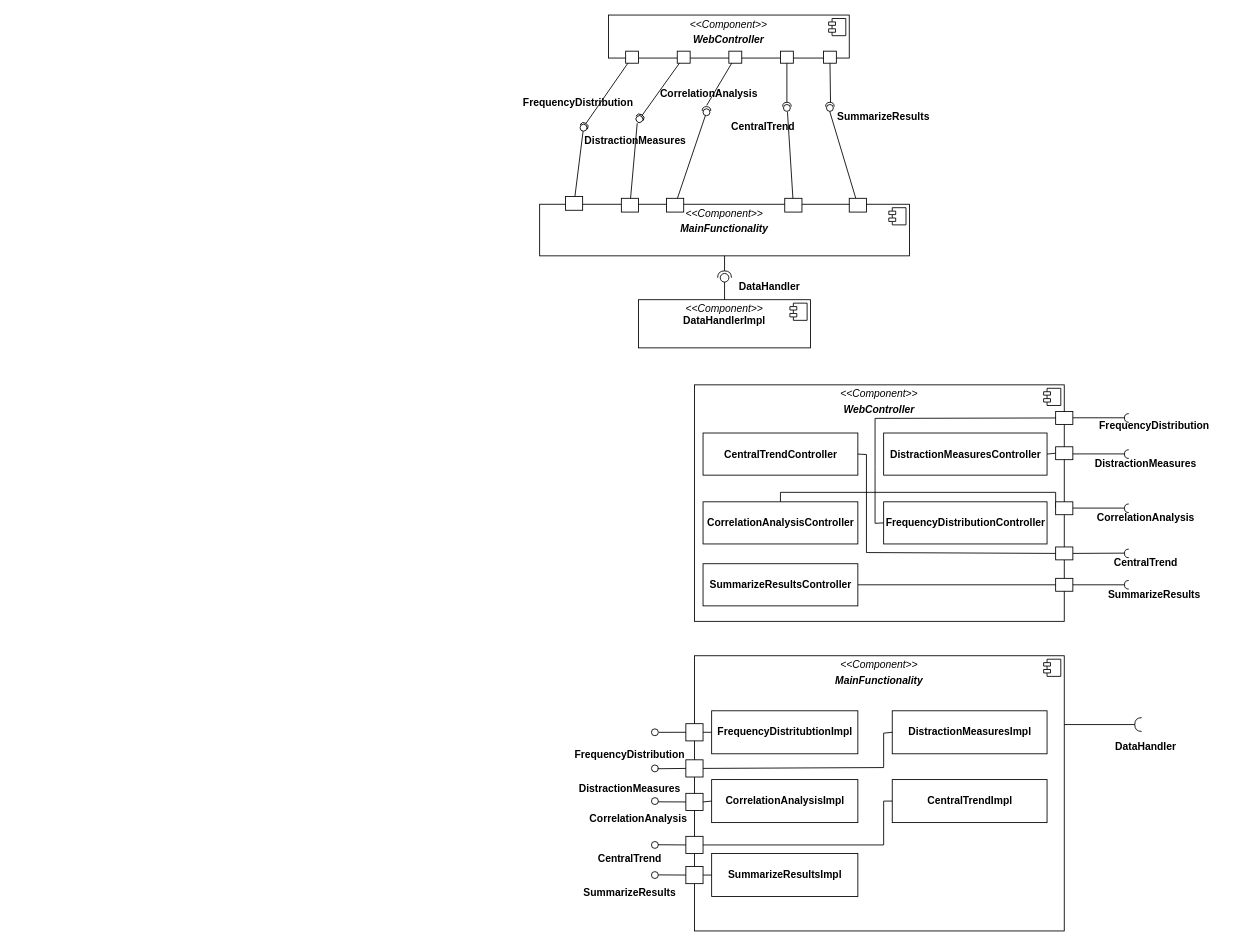
The draw.io diagram Component Diagram.drawio in denislavPetkov/PTS, before the edit. Source tidied: cells renumbered, new cells numbered last; positions are measured from the earlier drawing's top-left corner, leaving out a move shared by most shapes. Both pictures are drawn from the tidied source at 86%, with x=0, y=0 at pixel (505, 15).
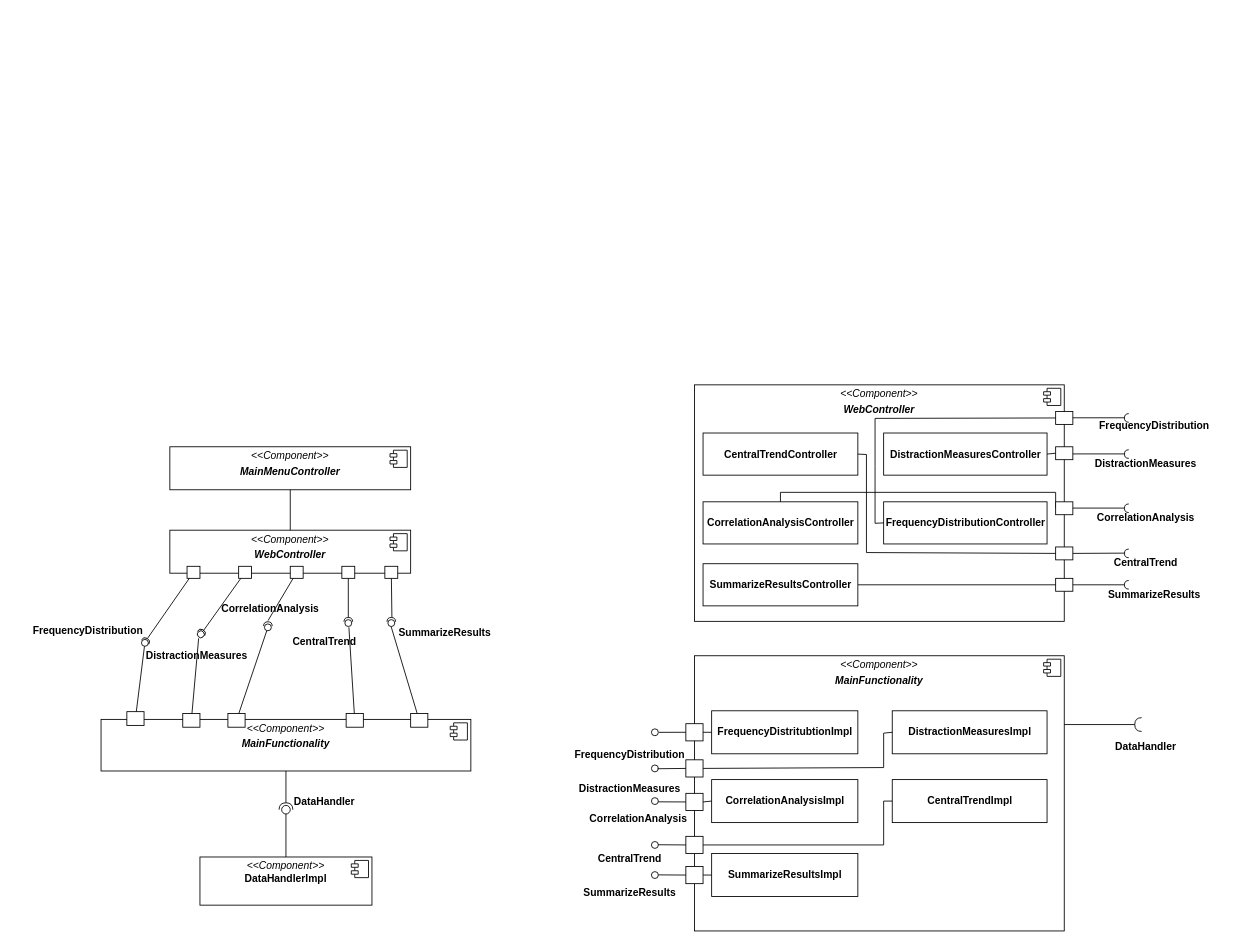
Above is the later version.

Diff of the diagram source:
```diff
@@
     <mxCell id="2" value="&lt;p style=&quot;margin: 4px 0px 0px ; text-align: center&quot;&gt;&lt;i&gt;&amp;lt;&amp;lt;Component&amp;gt;&amp;gt;&lt;/i&gt;&lt;br&gt;&lt;/p&gt;&lt;p style=&quot;margin: 4px 0px 0px ; text-align: center&quot;&gt;&lt;i&gt;&lt;b&gt;WebController&lt;/b&gt;&lt;/i&gt;&lt;/p&gt;&lt;p style=&quot;margin: 0px ; margin-left: 8px&quot;&gt;&lt;br&gt;&lt;/p&gt;" style="align=left;overflow=fill;html=1;" parent="1" vertex="1">
-      <mxGeometry x="120" width="280" height="50" as="geometry" />
+      <mxGeometry x="-390" y="599" width="280" height="50" as="geometry" />
     </mxCell>
@@
     <mxCell id="4" value="&lt;p style=&quot;margin: 4px 0px 0px ; text-align: center&quot;&gt;&lt;i&gt;&amp;lt;&amp;lt;Component&amp;gt;&amp;gt;&lt;/i&gt;&lt;br&gt;&lt;b&gt;DataHandlerImpl&lt;/b&gt;&lt;br&gt;&lt;/p&gt;" style="align=left;overflow=fill;html=1;" parent="1" vertex="1">
-      <mxGeometry x="155" y="331" width="200" height="56" as="geometry" />
+      <mxGeometry x="-355" y="979" width="200" height="56" as="geometry" />
     </mxCell>
@@
     <mxCell id="72" value="&lt;p style=&quot;margin: 4px 0px 0px ; text-align: center&quot;&gt;&lt;i&gt;&amp;lt;&amp;lt;Component&amp;gt;&amp;gt;&lt;/i&gt;&lt;br&gt;&lt;/p&gt;&lt;p style=&quot;margin: 4px 0px 0px ; text-align: center&quot;&gt;&lt;i&gt;&lt;b&gt;MainFunctionality&lt;/b&gt;&lt;/i&gt;&lt;/p&gt;&lt;p style=&quot;margin: 0px ; margin-left: 8px&quot;&gt;&lt;br&gt;&lt;/p&gt;" style="align=left;overflow=fill;html=1;" parent="1" vertex="1">
-      <mxGeometry x="40" y="220" width="430" height="60" as="geometry" />
+      <mxGeometry x="-470" y="819" width="430" height="60" as="geometry" />
     </mxCell>
@@
     <mxCell id="76" style="ellipse;whiteSpace=wrap;html=1;align=center;points=[];outlineConnect=0;sketch=0;rounded=0;fontFamily=Helvetica;fontSize=12;fontColor=default;strokeColor=default;fillColor=default;" parent="1" vertex="1">
-      <mxGeometry x="250" y="300.5" width="10" height="10" as="geometry" />
+      <mxGeometry x="-260" y="919" width="10" height="10" as="geometry" />
     </mxCell>
     <mxCell id="77" style="html=1;rounded=0;fontFamily=Helvetica;fontSize=12;fontColor=default;strokeColor=default;fillColor=default;" parent="1" vertex="1">
-      <mxGeometry x="140" y="42" width="15" height="14" as="geometry" />
+      <mxGeometry x="-370" y="641" width="15" height="14" as="geometry" />
     </mxCell>
@@
     <mxCell id="79" style="shape=requiredInterface;html=1;fontSize=11;align=center;fillColor=none;points=[];verticalAlign=bottom;labelPosition=center;verticalLabelPosition=top;flipH=1;rounded=0;fontFamily=Helvetica;fontColor=default;strokeColor=default;rotation=120;" parent="1" vertex="1">
-      <mxGeometry x="90" y="123" width="5" height="10" as="geometry" />
+      <mxGeometry x="-420" y="722" width="5" height="10" as="geometry" />
     </mxCell>
     <mxCell id="80" style="html=1;rounded=0;fontFamily=Helvetica;fontSize=12;fontColor=default;strokeColor=default;fillColor=default;" parent="1" vertex="1">
-      <mxGeometry x="200" y="42" width="15" height="14" as="geometry" />
+      <mxGeometry x="-310" y="641" width="15" height="14" as="geometry" />
     </mxCell>
@@
     <mxCell id="82" style="html=1;rounded=0;fontFamily=Helvetica;fontSize=12;fontColor=default;strokeColor=default;fillColor=default;" parent="1" vertex="1">
-      <mxGeometry x="320" y="42" width="15" height="14" as="geometry" />
+      <mxGeometry x="-190" y="641" width="15" height="14" as="geometry" />
     </mxCell>
@@
     <mxCell id="84" style="html=1;rounded=0;fontFamily=Helvetica;fontSize=12;fontColor=default;strokeColor=default;fillColor=default;" parent="1" vertex="1">
-      <mxGeometry x="370" y="42" width="15" height="14" as="geometry" />
+      <mxGeometry x="-140" y="641" width="15" height="14" as="geometry" />
     </mxCell>
@@
     <mxCell id="86" style="html=1;rounded=0;fontFamily=Helvetica;fontSize=12;fontColor=default;strokeColor=default;fillColor=default;" parent="1" vertex="1">
-      <mxGeometry x="260" y="42" width="15" height="14" as="geometry" />
+      <mxGeometry x="-250" y="641" width="15" height="14" as="geometry" />
     </mxCell>
@@
     <mxCell id="88" style="shape=requiredInterface;html=1;fontSize=11;align=center;fillColor=none;points=[];verticalAlign=bottom;labelPosition=center;verticalLabelPosition=top;flipH=1;rounded=0;fontFamily=Helvetica;fontColor=default;strokeColor=default;rotation=120;" parent="1" vertex="1">
-      <mxGeometry x="155" y="113" width="5" height="10" as="geometry" />
+      <mxGeometry x="-355" y="712" width="5" height="10" as="geometry" />
     </mxCell>
     <mxCell id="89" style="shape=requiredInterface;html=1;fontSize=11;align=center;fillColor=none;points=[];verticalAlign=bottom;labelPosition=center;verticalLabelPosition=top;flipH=1;rounded=0;fontFamily=Helvetica;fontColor=default;strokeColor=default;rotation=90;" parent="1" vertex="1">
-      <mxGeometry x="231.5" y="104" width="5" height="10" as="geometry" />
+      <mxGeometry x="-278.5" y="703" width="5" height="10" as="geometry" />
     </mxCell>
     <mxCell id="90" style="shape=requiredInterface;html=1;fontSize=11;align=center;fillColor=none;points=[];verticalAlign=bottom;labelPosition=center;verticalLabelPosition=top;flipH=1;rounded=0;fontFamily=Helvetica;fontColor=default;strokeColor=default;rotation=90;" parent="1" vertex="1">
-      <mxGeometry x="325" y="99" width="5" height="10" as="geometry" />
+      <mxGeometry x="-185" y="698" width="5" height="10" as="geometry" />
     </mxCell>
     <mxCell id="91" style="shape=requiredInterface;html=1;fontSize=11;align=center;fillColor=none;points=[];verticalAlign=bottom;labelPosition=center;verticalLabelPosition=top;flipH=1;rounded=0;fontFamily=Helvetica;fontColor=default;strokeColor=default;rotation=90;" parent="1" vertex="1">
-      <mxGeometry x="375" y="99" width="5" height="10" as="geometry" />
+      <mxGeometry x="-135" y="698" width="5" height="10" as="geometry" />
     </mxCell>
     <mxCell id="92" style="html=1;rounded=0;fontFamily=Helvetica;fontSize=12;fontColor=default;strokeColor=default;fillColor=default;rotation=-180;" parent="1" vertex="1">
-      <mxGeometry x="70" y="211" width="20" height="16" as="geometry" />
+      <mxGeometry x="-440" y="810" width="20" height="16" as="geometry" />
     </mxCell>
@@
     <mxCell id="94" style="ellipse;html=1;fontSize=11;align=center;fillColor=none;points=[];verticalAlign=bottom;labelPosition=center;verticalLabelPosition=top;flipH=1;rounded=0;fontFamily=Helvetica;fontColor=default;strokeColor=default;" parent="1" vertex="1">
-      <mxGeometry x="87" y="127" width="8" height="8" as="geometry" />
+      <mxGeometry x="-423" y="726" width="8" height="8" as="geometry" />
     </mxCell>
     <mxCell id="95" style="html=1;rounded=0;fontFamily=Helvetica;fontSize=12;fontColor=default;strokeColor=default;fillColor=default;rotation=-180;" parent="1" vertex="1">
-      <mxGeometry x="135" y="213.1" width="20" height="16" as="geometry" />
+      <mxGeometry x="-375" y="812.1" width="20" height="16" as="geometry" />
     </mxCell>
@@
     <mxCell id="97" style="html=1;rounded=0;fontFamily=Helvetica;fontSize=12;fontColor=default;strokeColor=default;fillColor=default;rotation=-180;" parent="1" vertex="1">
-      <mxGeometry x="187.5" y="213.1" width="20" height="16" as="geometry" />
+      <mxGeometry x="-322.5" y="812.1" width="20" height="16" as="geometry" />
     </mxCell>
@@
     <mxCell id="99" style="html=1;rounded=0;fontFamily=Helvetica;fontSize=12;fontColor=default;strokeColor=default;fillColor=default;rotation=-180;" parent="1" vertex="1">
-      <mxGeometry x="325" y="213.1" width="20" height="16" as="geometry" />
+      <mxGeometry x="-185" y="812.1" width="20" height="16" as="geometry" />
     </mxCell>
@@
     <mxCell id="101" style="html=1;rounded=0;fontFamily=Helvetica;fontSize=12;fontColor=default;strokeColor=default;fillColor=default;rotation=-180;" parent="1" vertex="1">
-      <mxGeometry x="400" y="213.1" width="20" height="16" as="geometry" />
+      <mxGeometry x="-110" y="812.1" width="20" height="16" as="geometry" />
     </mxCell>
@@
     <mxCell id="103" style="ellipse;html=1;fontSize=11;align=center;fillColor=none;points=[];verticalAlign=bottom;labelPosition=center;verticalLabelPosition=top;flipH=1;rounded=0;fontFamily=Helvetica;fontColor=default;strokeColor=default;rotation=50;" parent="1" vertex="1">
-      <mxGeometry x="152" y="117" width="8" height="8" as="geometry" />
+      <mxGeometry x="-358" y="716" width="8" height="8" as="geometry" />
     </mxCell>
     <mxCell id="104" style="ellipse;html=1;fontSize=11;align=center;fillColor=none;points=[];verticalAlign=bottom;labelPosition=center;verticalLabelPosition=top;flipH=1;rounded=0;fontFamily=Helvetica;fontColor=default;strokeColor=default;" parent="1" vertex="1">
-      <mxGeometry x="230" y="109" width="8" height="8" as="geometry" />
+      <mxGeometry x="-280" y="708" width="8" height="8" as="geometry" />
     </mxCell>
     <mxCell id="105" style="ellipse;html=1;fontSize=11;align=center;fillColor=none;points=[];verticalAlign=bottom;labelPosition=center;verticalLabelPosition=top;flipH=1;rounded=0;fontFamily=Helvetica;fontColor=default;strokeColor=default;" parent="1" vertex="1">
-      <mxGeometry x="323.5" y="104" width="8" height="8" as="geometry" />
+      <mxGeometry x="-186.5" y="703" width="8" height="8" as="geometry" />
     </mxCell>
     <mxCell id="106" style="ellipse;html=1;fontSize=11;align=center;fillColor=none;points=[];verticalAlign=bottom;labelPosition=center;verticalLabelPosition=top;flipH=1;rounded=0;fontFamily=Helvetica;fontColor=default;strokeColor=default;" parent="1" vertex="1">
-      <mxGeometry x="373.5" y="104" width="8" height="8" as="geometry" />
+      <mxGeometry x="-136.5" y="703" width="8" height="8" as="geometry" />
     </mxCell>
     <mxCell id="107" value="DataHandler" style="text;align=center;fontStyle=1;verticalAlign=middle;spacingLeft=3;spacingRight=3;strokeColor=none;" parent="1" vertex="1">
-      <mxGeometry x="250" y="300" width="115" height="31" as="geometry" />
+      <mxGeometry x="-295" y="898" width="170" height="31" as="geometry" />
     </mxCell>
     <mxCell id="108" value="FrequencyDistribution" style="text;align=center;fontStyle=1;verticalAlign=middle;spacingLeft=3;spacingRight=3;strokeColor=none;" parent="1" vertex="1">
-      <mxGeometry y="86" width="170" height="31" as="geometry" />
+      <mxGeometry x="-570" y="700" width="170" height="31" as="geometry" />
     </mxCell>
     <mxCell id="109" value="DistractionMeasures" style="text;align=center;fontStyle=1;verticalAlign=middle;spacingLeft=3;spacingRight=3;strokeColor=none;" parent="1" vertex="1">
-      <mxGeometry x="66.5" y="130" width="170" height="31" as="geometry" />
+      <mxGeometry x="-443.5" y="729" width="170" height="31" as="geometry" />
     </mxCell>
     <mxCell id="110" value="CorrelationAnalysis" style="text;align=center;fontStyle=1;verticalAlign=middle;spacingLeft=3;spacingRight=3;strokeColor=none;" parent="1" vertex="1">
-      <mxGeometry x="152" y="75.5" width="170" height="31" as="geometry" />
+      <mxGeometry x="-358" y="674.5" width="170" height="31" as="geometry" />
     </mxCell>
     <mxCell id="111" value="CentralTrend" style="text;align=center;fontStyle=1;verticalAlign=middle;spacingLeft=3;spacingRight=3;strokeColor=none;" parent="1" vertex="1">
-      <mxGeometry x="215" y="114" width="170" height="31" as="geometry" />
+      <mxGeometry x="-295" y="713" width="170" height="31" as="geometry" />
     </mxCell>
     <mxCell id="112" value="SummarizeResults" style="text;align=center;fontStyle=1;verticalAlign=middle;spacingLeft=3;spacingRight=3;strokeColor=none;" parent="1" vertex="1">
-      <mxGeometry x="355" y="102.5" width="170" height="31" as="geometry" />
+      <mxGeometry x="-155" y="701.5" width="170" height="31" as="geometry" />
     </mxCell>
+    <mxCell id="113" value="&lt;p style=&quot;margin: 4px 0px 0px ; text-align: center&quot;&gt;&lt;i&gt;&amp;lt;&amp;lt;Component&amp;gt;&amp;gt;&lt;/i&gt;&lt;br&gt;&lt;/p&gt;&lt;p style=&quot;margin: 4px 0px 0px ; text-align: center&quot;&gt;&lt;i&gt;&lt;b&gt;MainMenuController&lt;/b&gt;&lt;/i&gt;&lt;/p&gt;&lt;p style=&quot;margin: 0px ; margin-left: 8px&quot;&gt;&lt;br&gt;&lt;/p&gt;" style="align=left;overflow=fill;html=1;" parent="1" vertex="1">
+      <mxGeometry x="-390" y="502" width="280" height="50" as="geometry" />
+    </mxCell>
+    <mxCell id="114" style="shape=component;jettyWidth=8;jettyHeight=4;" parent="113" vertex="1">
+      <mxGeometry x="1" width="20" height="20" relative="1" as="geometry">
+        <mxPoint x="-24" y="4" as="offset" />
+      </mxGeometry>
+    </mxCell>
+    <mxCell id="115" style="endArrow=none;html=1;rounded=0;entryX=0.5;entryY=1;entryDx=0;entryDy=0;exitX=0.5;exitY=0;exitDx=0;exitDy=0;" parent="1" edge="1" source="2" target="113">
+      <mxGeometry relative="1" as="geometry" />
+    </mxCell>
```
